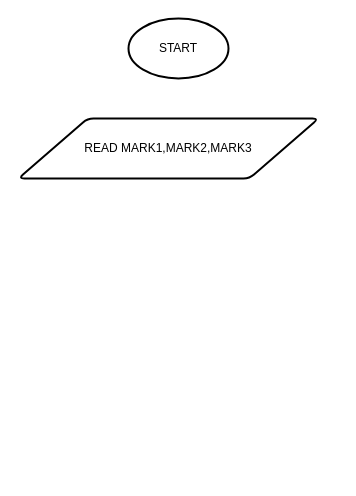
This is Problem 10.drawio from YOUSSEF5658/-Algorithms-Problem-Solving-Level-1, a draw.io file, before an edit. Source tidied: cells renumbered, new cells numbered last; positions are measured from the earlier drawing's top-left corner, leaving out a move shared by most shapes. Both pictures are drawn from the tidied source at 100%, with x=0, y=0 at pixel (18, 18).
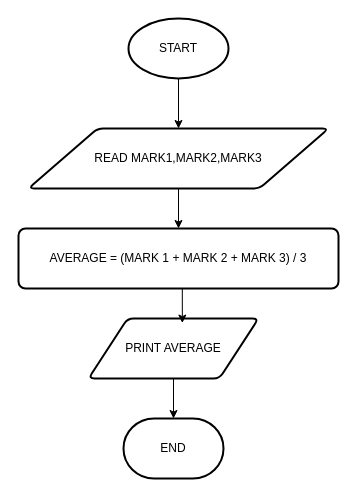
After the change.

Diff of the diagram source:
```diff
@@
 <mxGraphModel>
   <root>
     <mxCell id="0" />
     <mxCell id="1" parent="0" />
+    <mxCell id="4" style="edgeStyle=orthogonalEdgeStyle;rounded=0;jettySize=auto;html=1;exitX=0.5;exitY=1;exitDx=0;exitDy=0;exitPerimeter=0;entryX=0.5;entryY=0;entryDx=0;entryDy=0;" parent="1" edge="1" source="2" target="3">
+      <mxGeometry relative="1" as="geometry" />
+    </mxCell>
     <mxCell id="2" value="START" style="strokeWidth=2;html=1;shape=mxgraph.flowchart.start_1;whiteSpace=wrap;" parent="1" vertex="1">
       <mxGeometry x="110" width="100" height="60" as="geometry" />
     </mxCell>
+    <mxCell id="5" style="edgeStyle=orthogonalEdgeStyle;rounded=0;jettySize=auto;html=1;exitX=0.5;exitY=1;exitDx=0;exitDy=0;" parent="1" edge="1" source="3" target="6">
+      <mxGeometry relative="1" as="geometry" />
+    </mxCell>
     <mxCell id="3" value="READ MARK1,MARK2,MARK3" style="shape=parallelogram;html=1;strokeWidth=2;perimeter=parallelogramPerimeter;whiteSpace=wrap;rounded=1;arcSize=12;size=0.23;" parent="1" vertex="1">
-      <mxGeometry y="100" width="300" height="60" as="geometry" />
+      <mxGeometry x="10" y="110" width="300" height="60" as="geometry" />
     </mxCell>
+    <mxCell id="6" value="AVERAGE = (MARK 1 + MARK 2 + MARK 3) / 3" style="rounded=1;whiteSpace=wrap;html=1;absoluteArcSize=1;arcSize=14;strokeWidth=2;" parent="1" vertex="1">
+      <mxGeometry y="210" width="320" height="60" as="geometry" />
+    </mxCell>
+    <mxCell id="7" style="edgeStyle=orthogonalEdgeStyle;rounded=0;jettySize=auto;html=1;exitX=0.5;exitY=1;exitDx=0;exitDy=0;" parent="1" edge="1" source="8" target="10">
+      <mxGeometry relative="1" as="geometry" />
+    </mxCell>
+    <mxCell id="8" value="PRINT AVERAGE" style="shape=parallelogram;html=1;strokeWidth=2;perimeter=parallelogramPerimeter;whiteSpace=wrap;rounded=1;arcSize=12;size=0.23;" parent="1" vertex="1">
+      <mxGeometry x="70" y="300" width="170" height="60" as="geometry" />
+    </mxCell>
+    <mxCell id="9" style="edgeStyle=orthogonalEdgeStyle;rounded=0;jettySize=auto;html=1;exitX=0.5;exitY=1;exitDx=0;exitDy=0;entryX=0.552;entryY=0.076;entryDx=0;entryDy=0;entryPerimeter=0;" parent="1" edge="1" source="6" target="8">
+      <mxGeometry relative="1" as="geometry" />
+    </mxCell>
+    <mxCell id="10" value="END" style="strokeWidth=2;html=1;shape=mxgraph.flowchart.terminator;whiteSpace=wrap;" parent="1" vertex="1">
+      <mxGeometry x="105" y="400" width="100" height="60" as="geometry" />
+    </mxCell>
   </root>
 </mxGraphModel>
```
